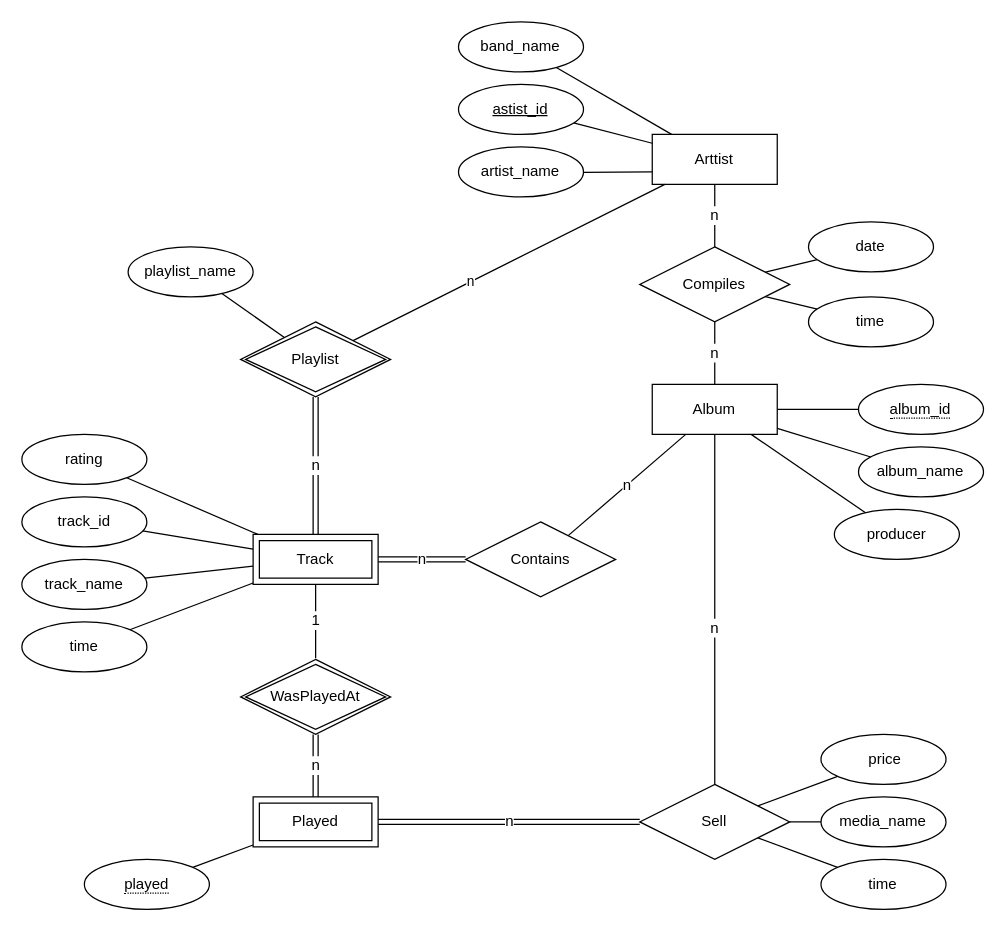
EdgarIgnite16/SGU-Course keeps this draw.io diagram as page "main" (1 of 7) of Nam3_HK1/CSDL_SQL_Plus/Tuan1/Bai1.drawio. Above is the earlier version. Source tidied: cells renumbered, new cells numbered last; positions are measured from the earlier drawing's top-left corner, leaving out a move shared by most shapes. Both pictures are drawn from the tidied source at 125%, with x=0, y=0 at pixel (21, 21).
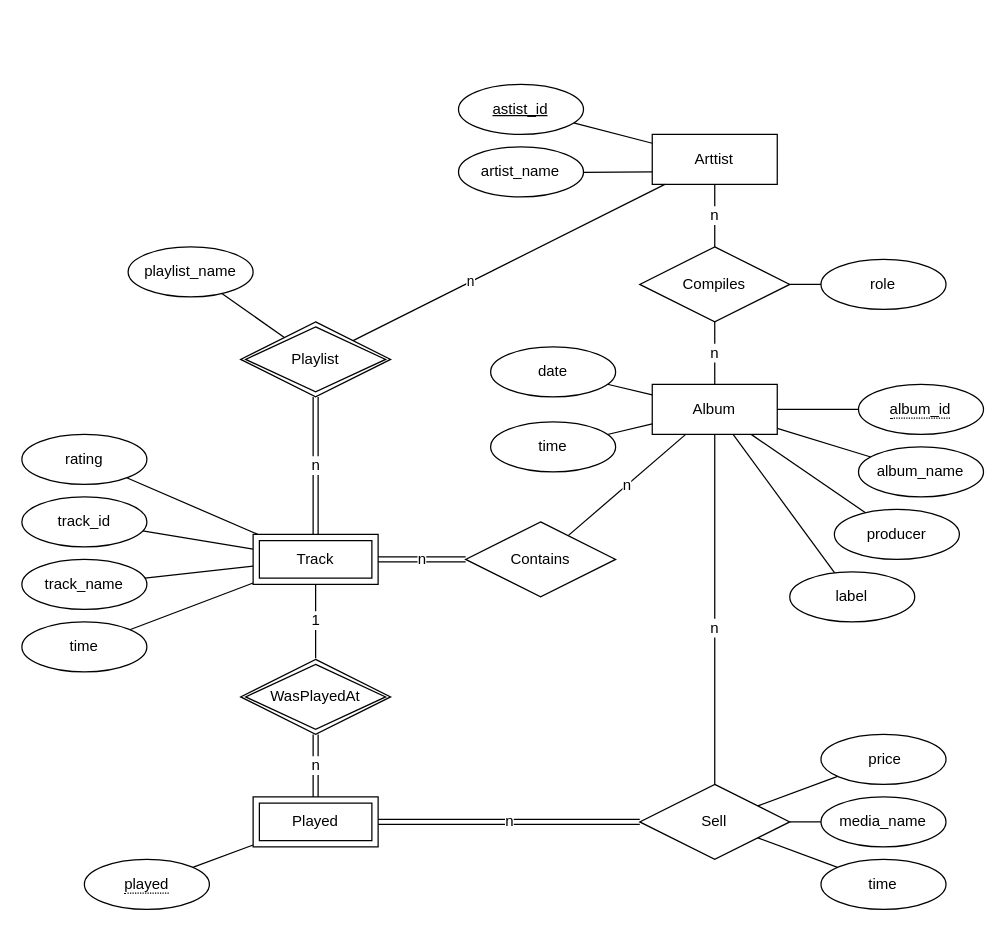
The same diagram, later.

Unchanged cells that the change refers to:
```xml
<mxCell id="10" value="Arttist" style="whiteSpace=wrap;html=1;align=center;" parent="1" vertex="1">
  <mxGeometry x="504.3" y="90" width="100" height="40" as="geometry" />
</mxCell>
<mxCell id="56" value="Album" style="whiteSpace=wrap;html=1;align=center;" parent="1" vertex="1">
  <mxGeometry x="504.3" y="290" width="100" height="40" as="geometry" />
</mxCell>
<mxCell id="57" value="Compiles" style="shape=rhombus;perimeter=rhombusPerimeter;whiteSpace=wrap;html=1;align=center;" parent="1" vertex="1">
  <mxGeometry x="494.3" y="180" width="120" height="60" as="geometry" />
</mxCell>
```

What changed in the source:
```diff
@@
-    <mxCell id="9" style="edgeStyle=none;rounded=0;jettySize=auto;html=1;endArrow=none;endFill=0;" parent="1" edge="1" source="10" target="43">
-      <mxGeometry relative="1" as="geometry" />
-    </mxCell>
@@
-    <mxCell id="22" style="edgeStyle=none;rounded=0;jettySize=auto;html=1;endArrow=none;endFill=0;" parent="1" edge="1" source="23" target="57">
-      <mxGeometry relative="1" as="geometry" />
-    </mxCell>
+    <mxCell id="58" style="edgeStyle=none;rounded=0;jettySize=auto;html=1;endArrow=none;endFill=0;" parent="1" edge="1" source="23" target="56">
+      <mxGeometry relative="1" as="geometry" />
+    </mxCell>
     <mxCell id="23" value="time" style="ellipse;whiteSpace=wrap;html=1;align=center;" parent="1" vertex="1">
-      <mxGeometry x="629.3" y="220" width="100" height="40" as="geometry" />
+      <mxGeometry x="375" y="320" width="100" height="40" as="geometry" />
     </mxCell>
@@
-    <mxCell id="39" style="edgeStyle=none;rounded=0;jettySize=auto;html=1;endArrow=none;endFill=0;" parent="1" edge="1" source="40" target="57">
+    <mxCell id="39" style="edgeStyle=none;rounded=0;jettySize=auto;html=1;endArrow=none;endFill=0;" parent="1" edge="1" source="40" target="56">
       <mxGeometry relative="1" as="geometry" />
     </mxCell>
     <mxCell id="40" value="date" style="ellipse;whiteSpace=wrap;html=1;align=center;" parent="1" vertex="1">
-      <mxGeometry x="629.3" y="160" width="100" height="40" as="geometry" />
+      <mxGeometry x="375" y="260" width="100" height="40" as="geometry" />
     </mxCell>
@@
-    <mxCell id="43" value="band_name" style="ellipse;whiteSpace=wrap;html=1;align=center;" parent="1" vertex="1">
-      <mxGeometry x="349.3" width="100" height="40" as="geometry" />
+    <mxCell id="43" value="role" style="ellipse;whiteSpace=wrap;html=1;align=center;" parent="1" vertex="1">
+      <mxGeometry x="639.3" y="190" width="100" height="40" as="geometry" />
     </mxCell>
@@
+    <mxCell id="59" style="rounded=0;jettySize=auto;html=1;startArrow=none;startFill=0;endArrow=none;endFill=0;" parent="1" edge="1" source="56" target="61">
+      <mxGeometry relative="1" as="geometry" />
+    </mxCell>
@@
+    <mxCell id="60" style="edgeStyle=none;rounded=0;jettySize=auto;html=1;endArrow=none;endFill=0;" parent="1" edge="1" source="57" target="43">
+      <mxGeometry relative="1" as="geometry" />
+    </mxCell>
@@
+    <mxCell id="61" value="label" style="ellipse;whiteSpace=wrap;html=1;align=center;" parent="1" vertex="1">
+      <mxGeometry x="614.3" y="440" width="100" height="40" as="geometry" />
+    </mxCell>
```
